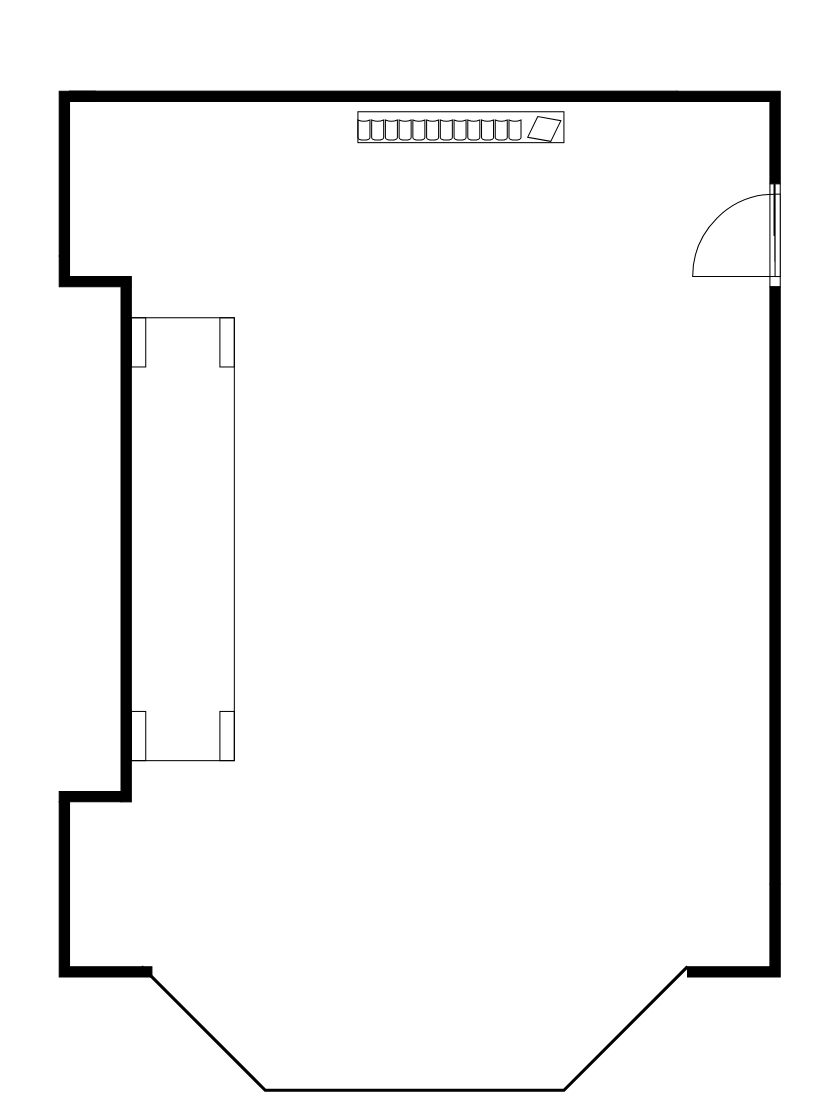
This is lounge.drawio from myqueues/diy, a draw.io file, before an edit. Source tidied: cells renumbered, new cells numbered last; positions are measured from the earlier drawing's top-left corner, leaving out a move shared by most shapes. Both pictures are drawn from the tidied source at 103%, with x=0, y=0 at pixel (59, 91).
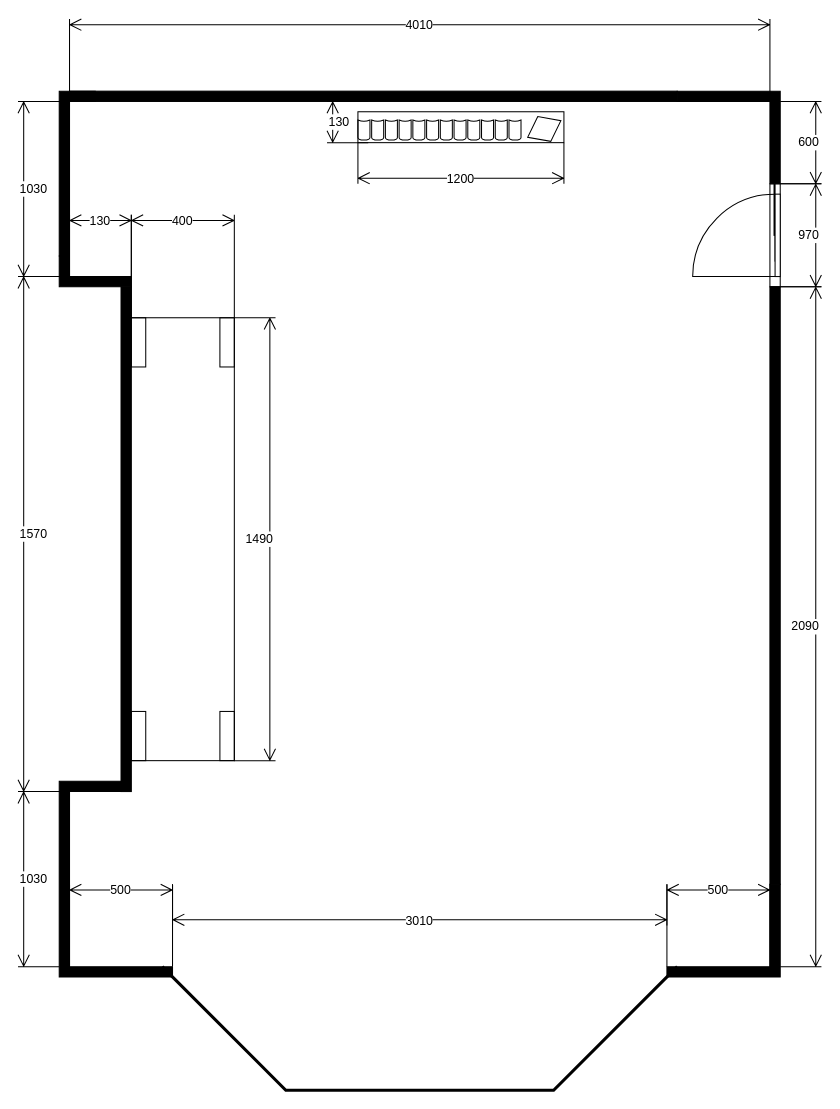
Above is the later version.

Commit message:
added dimensions.  still not scaled

What changed in the source:
```diff
@@
     <mxCell id="7" style="verticalLabelPosition=bottom;html=1;verticalAlign=top;align=center;shape=mxgraph.floorplan.wallCorner;fillColor=strokeColor;direction=west;" parent="1" vertex="1">
-      <mxGeometry x="610" y="770" width="90" height="90" as="geometry" />
+      <mxGeometry x="590" y="770" width="110" height="90" as="geometry" />
     </mxCell>
     <mxCell id="8" style="verticalLabelPosition=bottom;html=1;verticalAlign=top;align=center;shape=mxgraph.floorplan.wallCorner;fillColor=strokeColor;direction=north;" parent="1" vertex="1">
-      <mxGeometry y="690" width="90" height="170" as="geometry" />
+      <mxGeometry y="680" width="110" height="180" as="geometry" />
     </mxCell>
     <mxCell id="9" style="verticalLabelPosition=bottom;html=1;verticalAlign=top;align=center;shape=mxgraph.floorplan.windowBow;strokeWidth=3;" parent="1" vertex="1">
-      <mxGeometry x="80" y="850" width="530" height="120" as="geometry" />
+      <mxGeometry x="100" y="850" width="500" height="120" as="geometry" />
     </mxCell>
     <mxCell id="10" style="verticalLabelPosition=bottom;html=1;verticalAlign=top;align=center;shape=mxgraph.floorplan.wallCorner;fillColor=strokeColor;direction=west;" parent="1" vertex="1">
-      <mxGeometry y="680" width="60" height="10" as="geometry" />
+      <mxGeometry y="670" width="60" height="10" as="geometry" />
     </mxCell>
@@
     <mxCell id="13" style="verticalLabelPosition=bottom;html=1;verticalAlign=top;align=center;shape=mxgraph.floorplan.wall;fillColor=strokeColor;direction=south;" parent="1" vertex="1">
-      <mxGeometry x="60" y="190" width="10" height="500" as="geometry" />
+      <mxGeometry x="60" y="190" width="10" height="490" as="geometry" />
     </mxCell>
@@
+    <mxCell id="16" value="1030" style="shape=dimension;direction=south;whiteSpace=wrap;html=1;align=left;verticalAlign=middle;labelBackgroundColor=#ffffff;" parent="1" vertex="1">
+      <mxGeometry x="-40" y="10" width="50" height="170" as="geometry" />
+    </mxCell>
+    <mxCell id="17" value="1030" style="shape=dimension;direction=south;whiteSpace=wrap;html=1;align=left;verticalAlign=middle;labelBackgroundColor=#ffffff;" parent="1" vertex="1">
+      <mxGeometry x="-40" y="680" width="40" height="170" as="geometry" />
+    </mxCell>
+    <mxCell id="18" value="1570" style="shape=dimension;direction=south;whiteSpace=wrap;html=1;align=left;verticalAlign=middle;labelBackgroundColor=#ffffff;" parent="1" vertex="1">
+      <mxGeometry x="-40" y="180" width="40" height="500" as="geometry" />
+    </mxCell>
+    <mxCell id="19" value="1490" style="shape=dimension;direction=north;whiteSpace=wrap;html=1;align=right;verticalAlign=middle;labelBackgroundColor=#ffffff;" parent="1" vertex="1">
+      <mxGeometry x="170" y="220" width="40" height="430" as="geometry" />
+    </mxCell>
+    <mxCell id="20" value="130" style="shape=dimension;direction=west;whiteSpace=wrap;html=1;align=center;verticalAlign=top;spacingTop=-8;labelBackgroundColor=#ffffff;" parent="1" vertex="1">
+      <mxGeometry x="10" y="120" width="60" height="60" as="geometry" />
+    </mxCell>
+    <mxCell id="21" value="400" style="shape=dimension;direction=west;whiteSpace=wrap;html=1;align=center;verticalAlign=top;spacingTop=-8;labelBackgroundColor=#ffffff;" parent="1" vertex="1">
+      <mxGeometry x="70" y="120" width="100" height="100" as="geometry" />
+    </mxCell>
+    <mxCell id="22" value="500" style="shape=dimension;direction=west;whiteSpace=wrap;html=1;align=center;verticalAlign=top;spacingTop=-8;labelBackgroundColor=#ffffff;" parent="1" vertex="1">
+      <mxGeometry x="10" y="770" width="100" height="80" as="geometry" />
+    </mxCell>
+    <mxCell id="23" value="500" style="shape=dimension;direction=west;whiteSpace=wrap;html=1;align=center;verticalAlign=top;spacingTop=-8;labelBackgroundColor=#ffffff;" parent="1" vertex="1">
+      <mxGeometry x="590" y="770" width="100" height="80" as="geometry" />
+    </mxCell>
+    <mxCell id="24" value="3010" style="shape=dimension;whiteSpace=wrap;html=1;align=center;verticalAlign=bottom;spacingBottom=-5;labelBackgroundColor=#ffffff;" parent="1" vertex="1">
+      <mxGeometry x="110" y="770" width="480" height="40" as="geometry" />
+    </mxCell>
+    <mxCell id="25" value="4010" style="shape=dimension;direction=west;whiteSpace=wrap;html=1;align=center;verticalAlign=top;spacingTop=-8;labelBackgroundColor=#ffffff;" parent="1" vertex="1">
+      <mxGeometry x="10" y="-70" width="680" height="80" as="geometry" />
+    </mxCell>
+    <mxCell id="26" value="1200" style="shape=dimension;whiteSpace=wrap;html=1;align=center;verticalAlign=bottom;spacingBottom=-5;labelBackgroundColor=#ffffff;" parent="1" vertex="1">
+      <mxGeometry x="290" y="50" width="200" height="40" as="geometry" />
+    </mxCell>
+    <mxCell id="27" value="130" style="shape=dimension;direction=south;whiteSpace=wrap;html=1;align=left;verticalAlign=middle;labelBackgroundColor=#ffffff;" parent="1" vertex="1">
+      <mxGeometry x="260" y="10" width="40" height="40" as="geometry" />
+    </mxCell>
+    <mxCell id="28" value="600" style="shape=dimension;direction=north;whiteSpace=wrap;html=1;align=right;verticalAlign=middle;labelBackgroundColor=#ffffff;" parent="1" vertex="1">
+      <mxGeometry x="700" y="10" width="40" height="80" as="geometry" />
+    </mxCell>
+    <mxCell id="29" value="970" style="shape=dimension;direction=north;whiteSpace=wrap;html=1;align=right;verticalAlign=middle;labelBackgroundColor=#ffffff;" parent="1" vertex="1">
+      <mxGeometry x="690" y="90" width="50" height="100" as="geometry" />
+    </mxCell>
+    <mxCell id="30" value="2090" style="shape=dimension;direction=north;whiteSpace=wrap;html=1;align=right;verticalAlign=middle;labelBackgroundColor=#ffffff;" parent="1" vertex="1">
+      <mxGeometry x="700" y="190" width="40" height="660" as="geometry" />
+    </mxCell>
```
